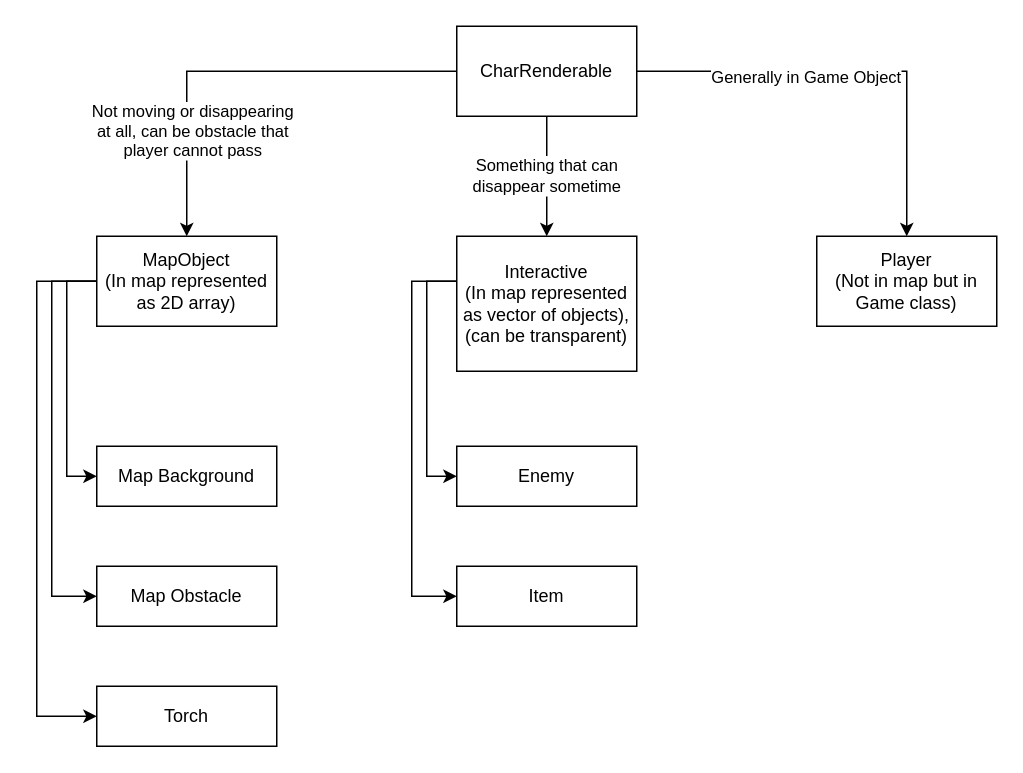
Above: page "Map Rendering Inheritance Diagram" (3 of 3) of project-luminary/diagrams.drawio in KrazyManJ/luminary (draw.io), before the change. Source tidied: cells renumbered, new cells numbered last; positions are measured from the earlier drawing's top-left corner, leaving out a move shared by most shapes. Both pictures are drawn from the tidied source at 150%, with x=0, y=0 at pixel (36, 26).
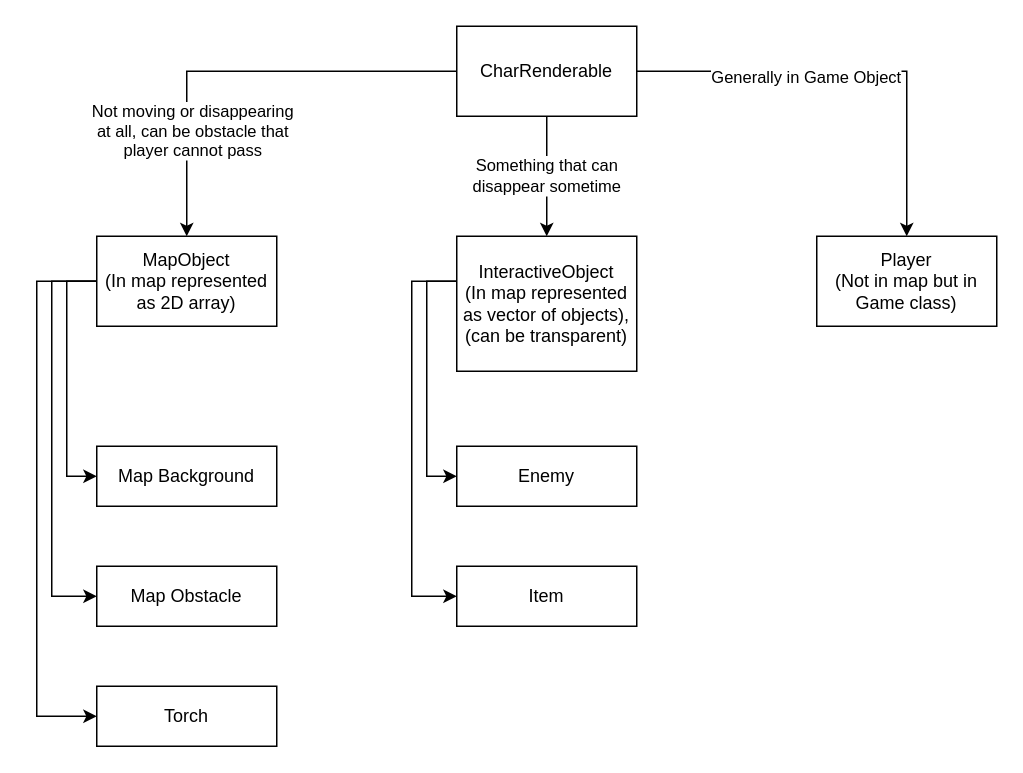
Above is the later version.

Change to the diagram source:
```diff
@@
-    <mxCell id="15" value="Interactive&lt;br&gt;(In map represented as vector of objects), (can be transparent)" style="rounded=0;whiteSpace=wrap;html=1;" parent="1" vertex="1">
+    <mxCell id="15" value="InteractiveObject&lt;br&gt;(In map represented as vector of objects), (can be transparent)" style="rounded=0;whiteSpace=wrap;html=1;" parent="1" vertex="1">
       <mxGeometry x="280" y="140" width="120" height="90" as="geometry" />
     </mxCell>
```
